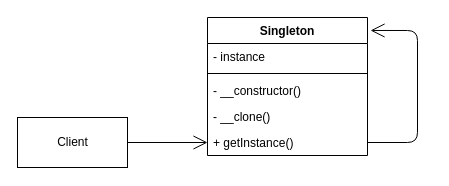
The draw.io diagram page "Singleton" (1 of 4) of diagram.drawio in MeatyBanan4ik/Creational_Patterns, before the edit. Source tidied: cells renumbered, new cells numbered last; positions are measured from the earlier drawing's top-left corner, leaving out a move shared by most shapes. Both pictures are drawn from the tidied source at 100%, with x=0, y=0 at pixel (17, 17).
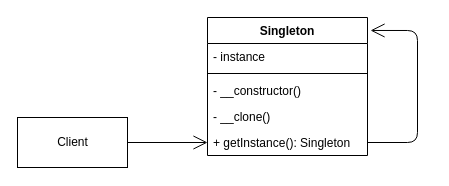
The same page after the edit.

The edit, as a diff of the source:
```diff
@@
 <mxGraphModel>
   <root>
     <mxCell id="0" />
     <mxCell id="1" parent="0" />
     <mxCell id="2" value="Singleton" style="swimlane;fontStyle=1;align=center;verticalAlign=top;horizontal=1;startSize=26;" parent="1" vertex="1">
       <mxGeometry x="190" width="160" height="138" as="geometry" />
     </mxCell>
     <mxCell id="3" value="- instance" style="text;strokeColor=none;fillColor=none;align=left;verticalAlign=top;spacingLeft=4;spacingRight=4;overflow=hidden;" parent="2" vertex="1">
       <mxGeometry y="26" width="160" height="26" as="geometry" />
     </mxCell>
     <mxCell id="4" style="line;strokeWidth=1;fillColor=none;align=left;verticalAlign=middle;spacingTop=-1;spacingLeft=3;spacingRight=3;labelPosition=right;" parent="2" vertex="1">
       <mxGeometry y="52" width="160" height="8" as="geometry" />
     </mxCell>
     <mxCell id="5" value="- __constructor()" style="text;strokeColor=none;fillColor=none;align=left;verticalAlign=top;spacingLeft=4;spacingRight=4;overflow=hidden;" parent="2" vertex="1">
       <mxGeometry y="60" width="160" height="26" as="geometry" />
     </mxCell>
     <mxCell id="6" value="- __clone()" style="text;strokeColor=none;fillColor=none;align=left;verticalAlign=top;spacingLeft=4;spacingRight=4;overflow=hidden;" parent="2" vertex="1">
       <mxGeometry y="86" width="160" height="26" as="geometry" />
     </mxCell>
-    <mxCell id="7" value="+ getInstance()" style="text;strokeColor=none;fillColor=none;align=left;verticalAlign=top;spacingLeft=4;spacingRight=4;overflow=hidden;points=[[0,0.5],[1,0.5]];portConstraint=eastwest;" parent="2" vertex="1">
+    <mxCell id="7" value="+ getInstance(): Singleton" style="text;strokeColor=none;fillColor=none;align=left;verticalAlign=top;spacingLeft=4;spacingRight=4;overflow=hidden;points=[[0,0.5],[1,0.5]];portConstraint=eastwest;" parent="2" vertex="1">
       <mxGeometry y="112" width="160" height="26" as="geometry" />
     </mxCell>
     <mxCell id="8" style="endArrow=open;endFill=1;endSize=12;html=1;exitX=1;exitY=0.5;exitDx=0;exitDy=0;entryX=1.019;entryY=0.094;entryDx=0;entryDy=0;entryPerimeter=0;" parent="2" edge="1" source="7" target="2">
       <mxGeometry relative="1" as="geometry">
         <Array as="points">
           <mxPoint x="210" y="125" />
           <mxPoint x="210" y="13" />
         </Array>
       </mxGeometry>
     </mxCell>
     <mxCell id="9" value="Client" style="html=1;" parent="1" vertex="1">
       <mxGeometry y="100" width="110" height="50" as="geometry" />
     </mxCell>
     <mxCell id="10" style="endArrow=open;endFill=1;endSize=12;html=1;exitX=1;exitY=0.5;exitDx=0;exitDy=0;entryX=0;entryY=0.5;entryDx=0;entryDy=0;" parent="1" edge="1" source="9" target="7">
       <mxGeometry relative="1" as="geometry" />
     </mxCell>
   </root>
 </mxGraphModel>
```
